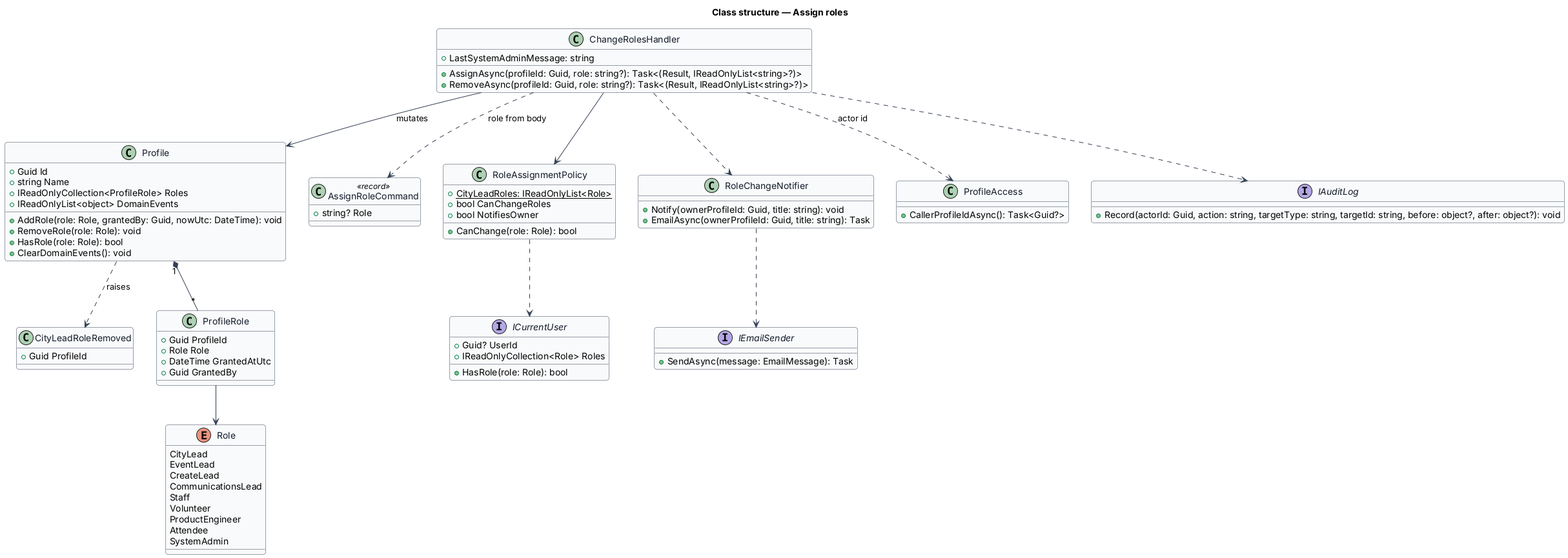
Earlier version of the PlantUML export docs/detailed-designs/admin/assign-roles/diagrams/class-structure.png (QuinntyneBrown/faithtech-community). The source it was exported from:
```plantuml
@startuml
skinparam backgroundColor #FFFFFF
skinparam shadowing false
skinparam roundcorner 8
skinparam defaultFontName Arial
skinparam ArrowColor #344054
skinparam class {
  BorderColor #344054
  FontColor #101828
  BackgroundColor #F9FAFB
}
title Class structure — Assign roles
enum Role {
  CityLead
  EventLead
  CreateLead
  CommunicationsLead
  Staff
  Volunteer
  ProductEngineer
  Attendee
  SystemAdmin
}
class Profile {
  +Guid Id
  +string Name
  +IReadOnlyCollection<ProfileRole> Roles
  +IReadOnlyList<object> DomainEvents
  +AddRole(role: Role, grantedBy: Guid, nowUtc: DateTime): void
  +RemoveRole(role: Role): void
  +HasRole(role: Role): bool
  +ClearDomainEvents(): void
}
class CityLeadRoleRemoved {
  +Guid ProfileId
}
class ProfileRole {
  +Guid ProfileId
  +Role Role
  +DateTime GrantedAtUtc
  +Guid GrantedBy
}
class AssignRoleCommand <<record>> {
  +string? Role
}
class RoleAssignmentPolicy {
  +{static} CityLeadRoles: IReadOnlyList<Role>
  +bool CanChangeRoles
  +bool NotifiesOwner
  +CanChange(role: Role): bool
}
class ChangeRolesHandler {
  +LastSystemAdminMessage: string
  +AssignAsync(profileId: Guid, role: string?): Task<(Result, IReadOnlyList<string>?)>
  +RemoveAsync(profileId: Guid, role: string?): Task<(Result, IReadOnlyList<string>?)>
}
class RoleChangeNotifier {
  +Notify(ownerProfileId: Guid, title: string): void
  +EmailAsync(ownerProfileId: Guid, title: string): Task
}
class ProfileAccess {
  +CallerProfileIdAsync(): Task<Guid?>
}
interface ICurrentUser {
  +Guid? UserId
  +IReadOnlyCollection<Role> Roles
  +HasRole(role: Role): bool
}
interface IAuditLog {
  +Record(actorId: Guid, action: string, targetType: string, targetId: string, before: object?, after: object?): void
}
interface IEmailSender {
  +SendAsync(message: EmailMessage): Task
}
Profile "1" *-- "*" ProfileRole
ProfileRole --> Role
Profile ..> CityLeadRoleRemoved : raises
ChangeRolesHandler ..> AssignRoleCommand : role from body
ChangeRolesHandler --> RoleAssignmentPolicy
ChangeRolesHandler --> Profile : mutates
ChangeRolesHandler ..> ProfileAccess : actor id
ChangeRolesHandler ..> IAuditLog
ChangeRolesHandler ..> RoleChangeNotifier
RoleAssignmentPolicy ..> ICurrentUser
RoleChangeNotifier ..> IEmailSender
@enduml
```
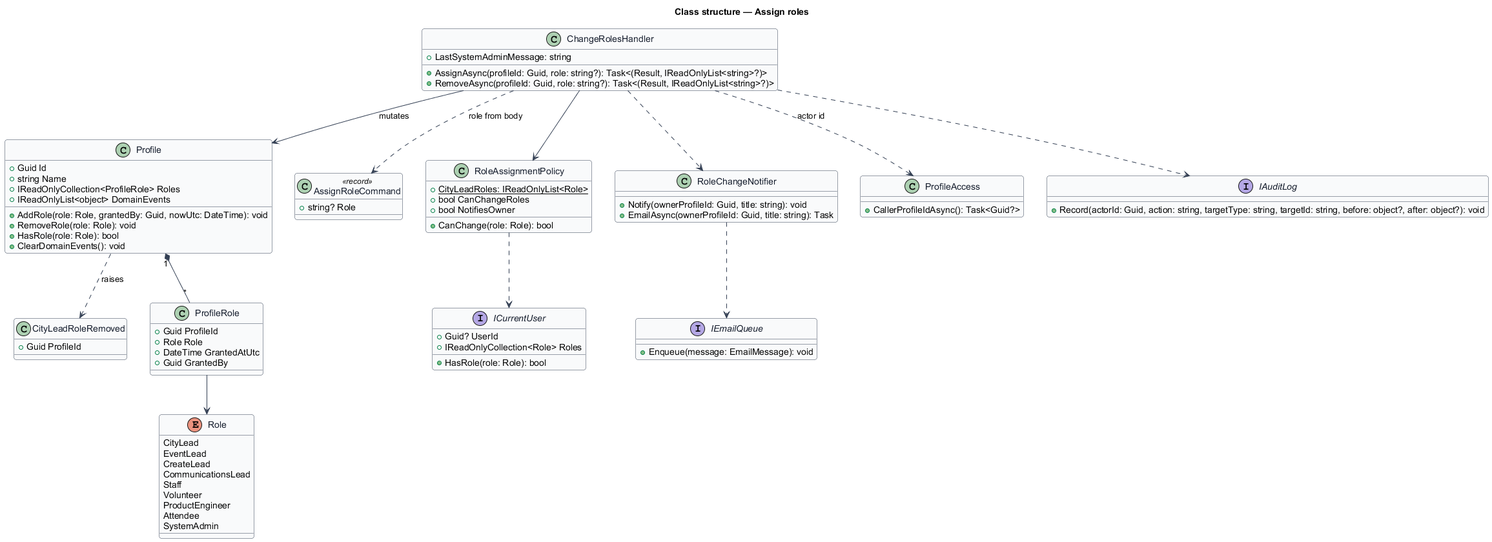
After the commit.

What changed in the source:
```diff
@@ -69,8 +69,8 @@
 interface IAuditLog {
   +Record(actorId: Guid, action: string, targetType: string, targetId: string, before: object?, after: object?): void
 }
-interface IEmailSender {
-  +SendAsync(message: EmailMessage): Task
+interface IEmailQueue {
+  +Enqueue(message: EmailMessage): void
 }
 Profile "1" *-- "*" ProfileRole
 ProfileRole --> Role
@@ -82,5 +82,5 @@
 ChangeRolesHandler ..> IAuditLog
 ChangeRolesHandler ..> RoleChangeNotifier
 RoleAssignmentPolicy ..> ICurrentUser
-RoleChangeNotifier ..> IEmailSender
+RoleChangeNotifier ..> IEmailQueue
 @enduml
```
